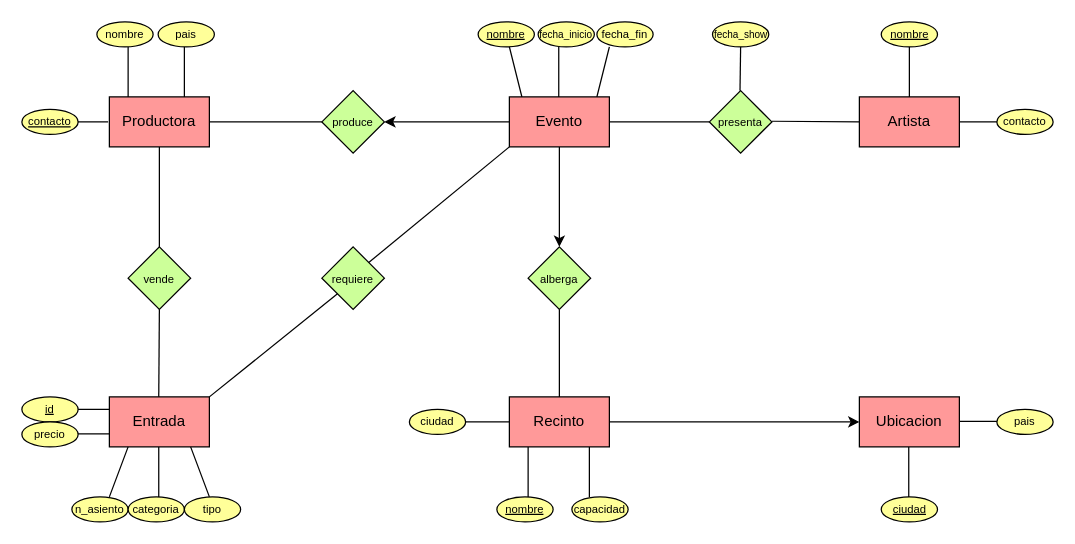
Earlier version of the draw.io diagram Untitled Diagram.drawio (catalinasaini/random). Source tidied: cells renumbered, new cells numbered last; positions are measured from the earlier drawing's top-left corner, leaving out a move shared by most shapes. Both pictures are drawn from the tidied source at 125%, with x=0, y=0 at pixel (21, 21).
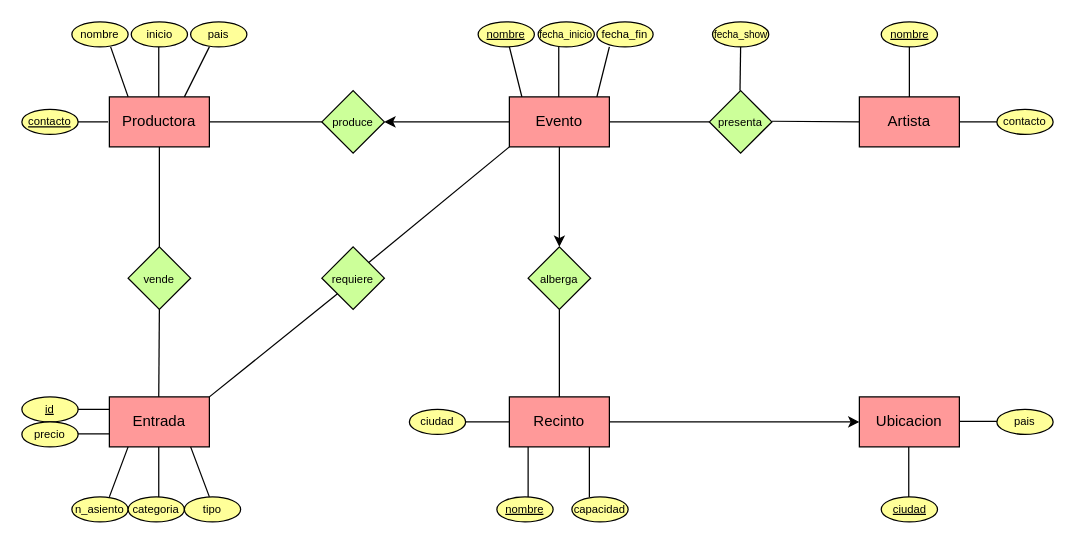
The same diagram, later.

The edit, as a diff of the source:
```diff
@@
     <mxCell id="37" style="endArrow=none;html=1;rounded=0;fontSize=9;" parent="1" edge="1">
       <mxGeometry relative="1" as="geometry">
         <mxPoint x="130" y="60" as="sourcePoint" />
-        <mxPoint x="130" y="20" as="targetPoint" />
+        <mxPoint x="150" y="20" as="targetPoint" />
       </mxGeometry>
     </mxCell>
@@
-    <mxCell id="39" style="endArrow=none;html=1;rounded=0;fontSize=9;" parent="1" edge="1">
+    <mxCell id="39" style="endArrow=none;html=1;rounded=0;fontSize=9;entryX=0.689;entryY=1;entryDx=0;entryDy=0;entryPerimeter=0;" parent="1" edge="1" target="54">
       <mxGeometry relative="1" as="geometry">
         <mxPoint x="85" y="60" as="sourcePoint" />
-        <mxPoint x="85" y="20" as="targetPoint" />
       </mxGeometry>
     </mxCell>
@@
     <mxCell id="54" value="nombre" style="ellipse;whiteSpace=wrap;html=1;fontSize=9;fillColor=#FFFF99;" parent="1" vertex="1">
-      <mxGeometry x="60" width="45" height="20" as="geometry" />
+      <mxGeometry x="40" width="45" height="20" as="geometry" />
     </mxCell>
     <mxCell id="55" value="pais" style="ellipse;whiteSpace=wrap;html=1;fontSize=9;fillColor=#FFFF99;" parent="1" vertex="1">
-      <mxGeometry x="109" width="45" height="20" as="geometry" />
+      <mxGeometry x="135" width="45" height="20" as="geometry" />
     </mxCell>
@@
+    <mxCell id="62" value="inicio" style="ellipse;whiteSpace=wrap;html=1;fontSize=9;fillColor=#FFFF99;" parent="1" vertex="1">
+      <mxGeometry x="87.5" width="45" height="20" as="geometry" />
+    </mxCell>
+    <mxCell id="63" style="endArrow=none;html=1;rounded=0;fontSize=9;" parent="1" edge="1">
+      <mxGeometry relative="1" as="geometry">
+        <mxPoint x="109.5" y="60" as="sourcePoint" />
+        <mxPoint x="109.5" y="20" as="targetPoint" />
+      </mxGeometry>
+    </mxCell>
```
